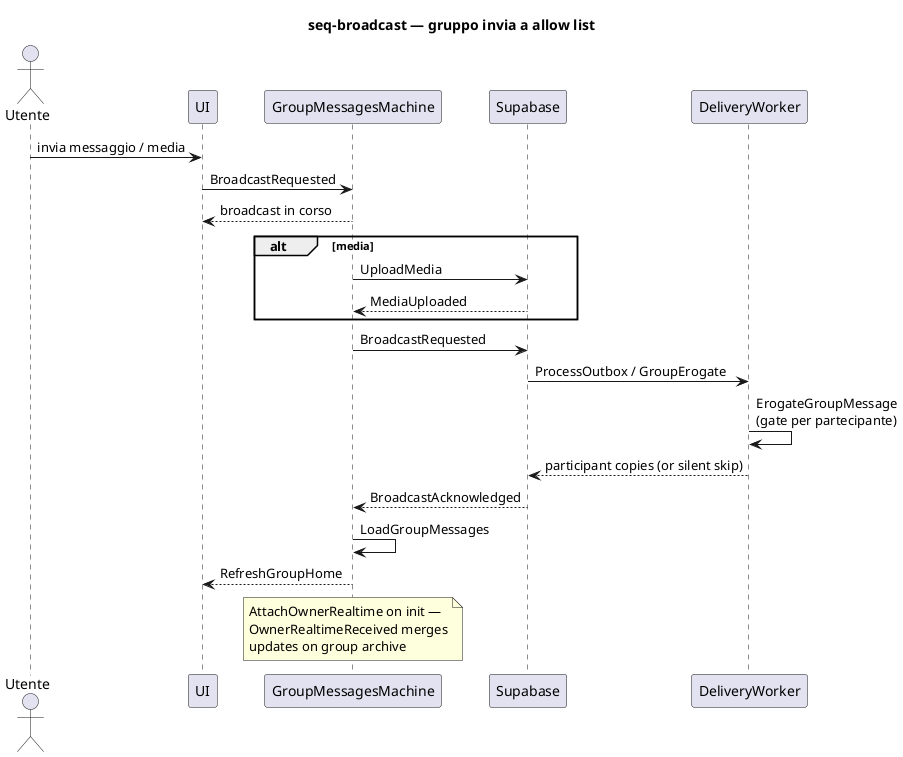
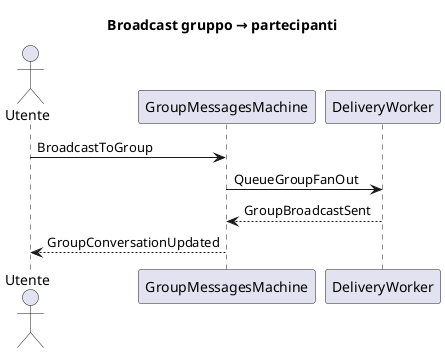
@startuml seq-broadcast
' Context: groups
' Profile: client
- ' Command: BroadcastRequested
- ' SDD: SYS-GROUP-023–024, SYS-DELIVERY-004
' Revision: 2026-07-19

- title seq-broadcast — gruppo invia a allow list
+ title Broadcast gruppo → partecipanti

actor Utente
- participant "UI" as UI
participant "GroupMessagesMachine" as GMM
- participant "Supabase" as SB
participant "DeliveryWorker" as W

- Utente -> UI : invia messaggio / media
- UI -> GMM : BroadcastRequested
- GMM --> UI : broadcast in corso
- 
- alt media
-   GMM -> SB : UploadMedia
-   SB --> GMM : MediaUploaded
- end
- 
- GMM -> SB : BroadcastRequested
- SB -> W : ProcessOutbox / GroupErogate
- W -> W : ErogateGroupMessage\n(gate per partecipante)
- W --> SB : participant copies (or silent skip)
- SB --> GMM : BroadcastAcknowledged
- 
- GMM -> GMM : LoadGroupMessages
- GMM --> UI : RefreshGroupHome
- 
- note over GMM
-   AttachOwnerRealtime on init —
-   OwnerRealtimeReceived merges
-   updates on group archive
- end note
+ Utente -> GMM : BroadcastToGroup
+ GMM -> W : QueueGroupFanOut
+ W --> GMM : GroupBroadcastSent
+ GMM --> Utente : GroupConversationUpdated

@enduml
